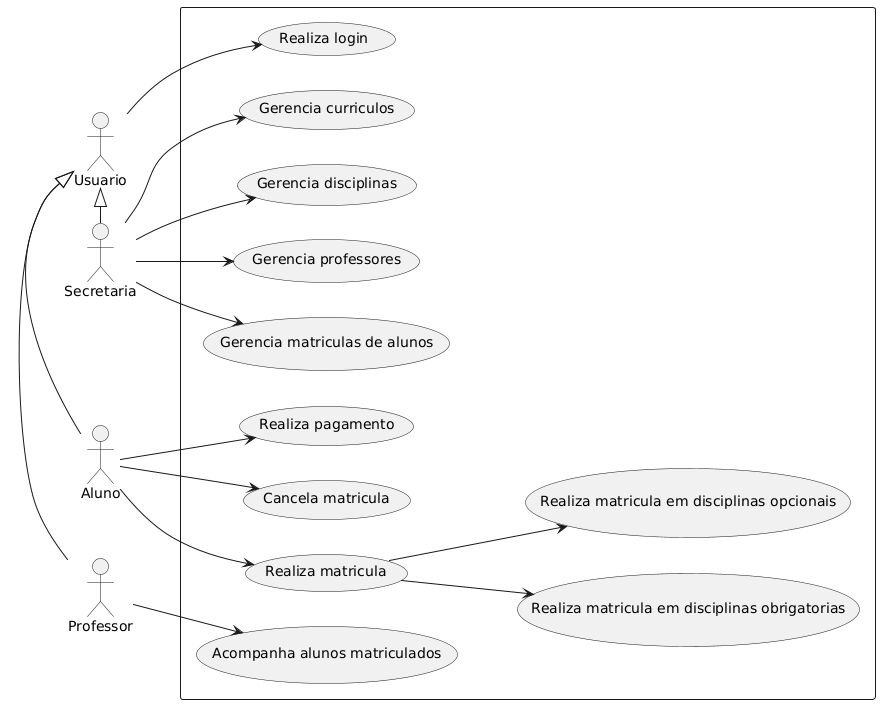
Above: project/img/useCase.png in LeonardoVieiraM/laboratorioDesenvolvimentoSoftware (PlantUML), before the change.
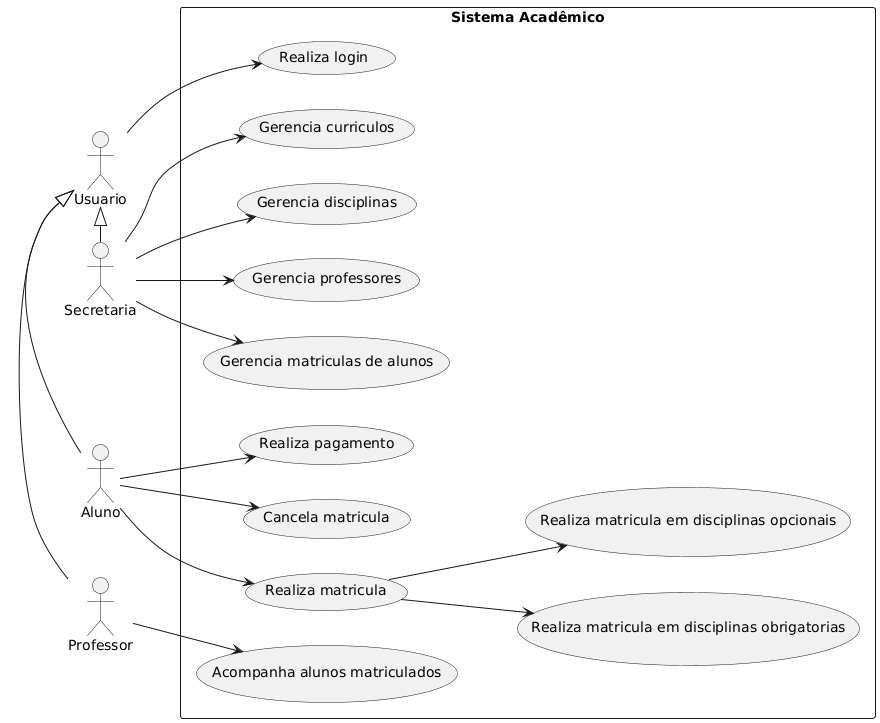
After the change.

Diff of the diagram source:
```diff
@@ -11,21 +11,21 @@
 u <|- a
 u <|- s
 
-rectangle {
-usecase "Realiza matricula" as a1
-usecase "Realiza matricula em disciplinas obrigatorias" as a2
-usecase "Realiza matricula em disciplinas opcionais" as a3
-usecase "Cancela matricula" as a4
-usecase "Realiza pagamento" as a5
+rectangle "Sistema Acadêmico" {
+    usecase "Realiza matricula" as a1
+    usecase "Realiza matricula em disciplinas obrigatorias" as a2
+    usecase "Realiza matricula em disciplinas opcionais" as a3
+    usecase "Cancela matricula" as a4
+    usecase "Realiza pagamento" as a5
 
-usecase "Gerencia curriculos" as s1
-usecase "Gerencia matriculas de alunos" as s2
-usecase "Gerencia professores" as s3
-usecase "Gerencia disciplinas" as s4
+    usecase "Gerencia curriculos" as s1
+    usecase "Gerencia matriculas de alunos" as s2
+    usecase "Gerencia professores" as s3
+    usecase "Gerencia disciplinas" as s4
 
-usecase "Acompanha alunos matriculados" as p1
+    usecase "Acompanha alunos matriculados" as p1
 
-usecase "Realiza login" as u1
+    usecase "Realiza login" as u1
 }
 
 u --> u1
```
